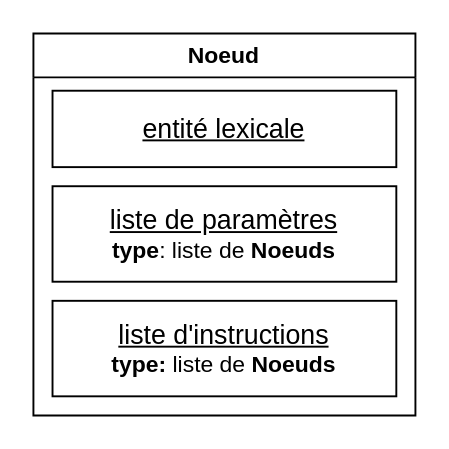
Earlier version of the draw.io diagram Noeud.drawio (Yann-Miquel-Erdmann/TIPE_Sup). Source tidied: cells renumbered, new cells numbered last; positions are measured from the earlier drawing's top-left corner, leaving out a move shared by most shapes. Both pictures are drawn from the tidied source at 191%, with x=0, y=0 at pixel (32, 32).
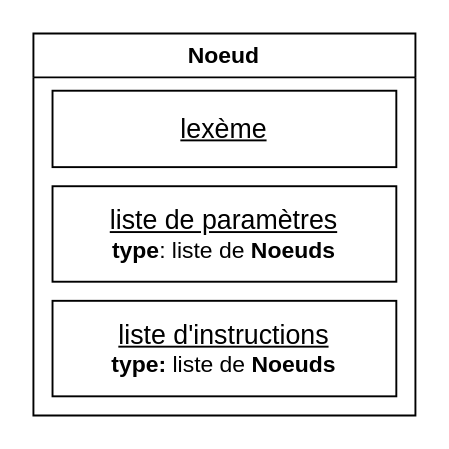
The same diagram, later.

Commit message:
Mettre à jour Noeud.drawio

The edit, as a diff of the source:
```diff
@@
 <mxGraphModel>
   <root>
     <mxCell id="0" />
     <mxCell id="1" parent="0" />
     <mxCell id="2" value="Noeud" style="swimlane;whiteSpace=wrap;html=1;" parent="1" vertex="1">
       <mxGeometry width="200" height="200" as="geometry" />
     </mxCell>
-    <mxCell id="3" value="&lt;u&gt;&lt;font style=&quot;font-size: 14px;&quot;&gt;entité lexicale&lt;/font&gt;&lt;/u&gt;" style="whiteSpace=wrap;html=1;" parent="2" vertex="1">
+    <mxCell id="3" value="&lt;span style=&quot;font-size: 14px;&quot;&gt;&lt;u&gt;lexème&lt;/u&gt;&lt;/span&gt;" style="whiteSpace=wrap;html=1;" parent="2" vertex="1">
       <mxGeometry x="10" y="30" width="180" height="40" as="geometry" />
     </mxCell>
     <mxCell id="4" value="&lt;font style=&quot;font-size: 14px;&quot;&gt;&lt;u&gt;liste de paramètres&lt;/u&gt;&lt;/font&gt;&lt;div&gt;&lt;b&gt;type&lt;/b&gt;: liste de &lt;b&gt;Noeuds&lt;/b&gt;&lt;/div&gt;" style="whiteSpace=wrap;html=1;" parent="2" vertex="1">
       <mxGeometry x="10" y="80" width="180" height="50" as="geometry" />
     </mxCell>
     <mxCell id="5" value="&lt;font style=&quot;font-size: 14px;&quot;&gt;&lt;u style=&quot;&quot;&gt;liste d'instructions&lt;/u&gt;&lt;/font&gt;&lt;div style=&quot;&quot;&gt;&lt;font style=&quot;font-size: 12px;&quot;&gt;&lt;b style=&quot;&quot;&gt;type: &lt;/b&gt;liste de&amp;nbsp;&lt;b style=&quot;&quot;&gt;Noeuds&lt;/b&gt;&lt;/font&gt;&lt;/div&gt;" style="whiteSpace=wrap;html=1;" parent="2" vertex="1">
       <mxGeometry x="10" y="140" width="180" height="50" as="geometry" />
     </mxCell>
   </root>
 </mxGraphModel>
```
